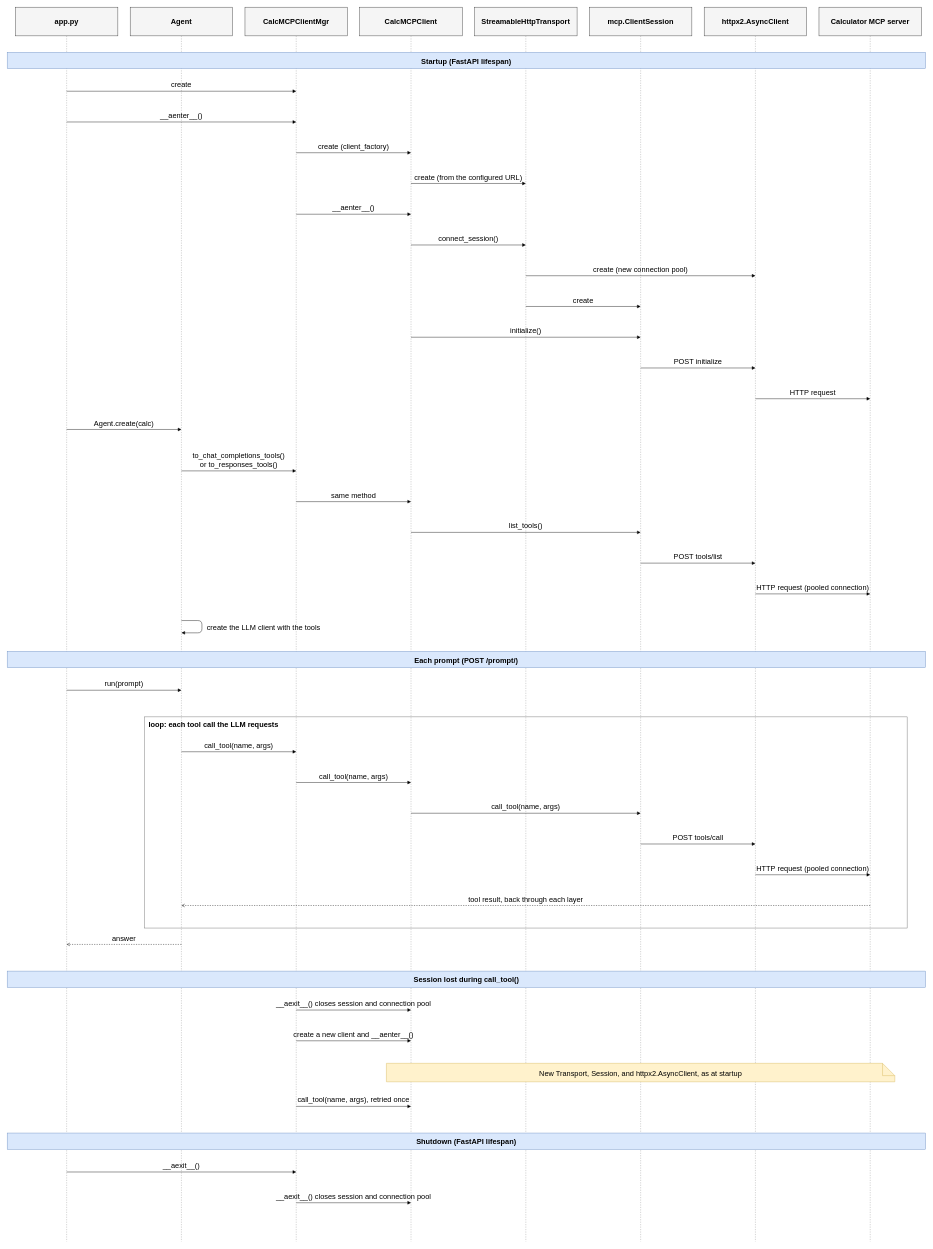
rubensgomes-org/math-ai-agent keeps this draw.io diagram as docs/mcp_sequence.drawio. Above is the earlier version. Source tidied: cells renumbered, new cells numbered last; positions are measured from the earlier drawing's top-left corner, leaving out a move shared by most shapes. Both pictures are drawn from the tidied source at 41%, with x=0, y=0 at pixel (7, 7).
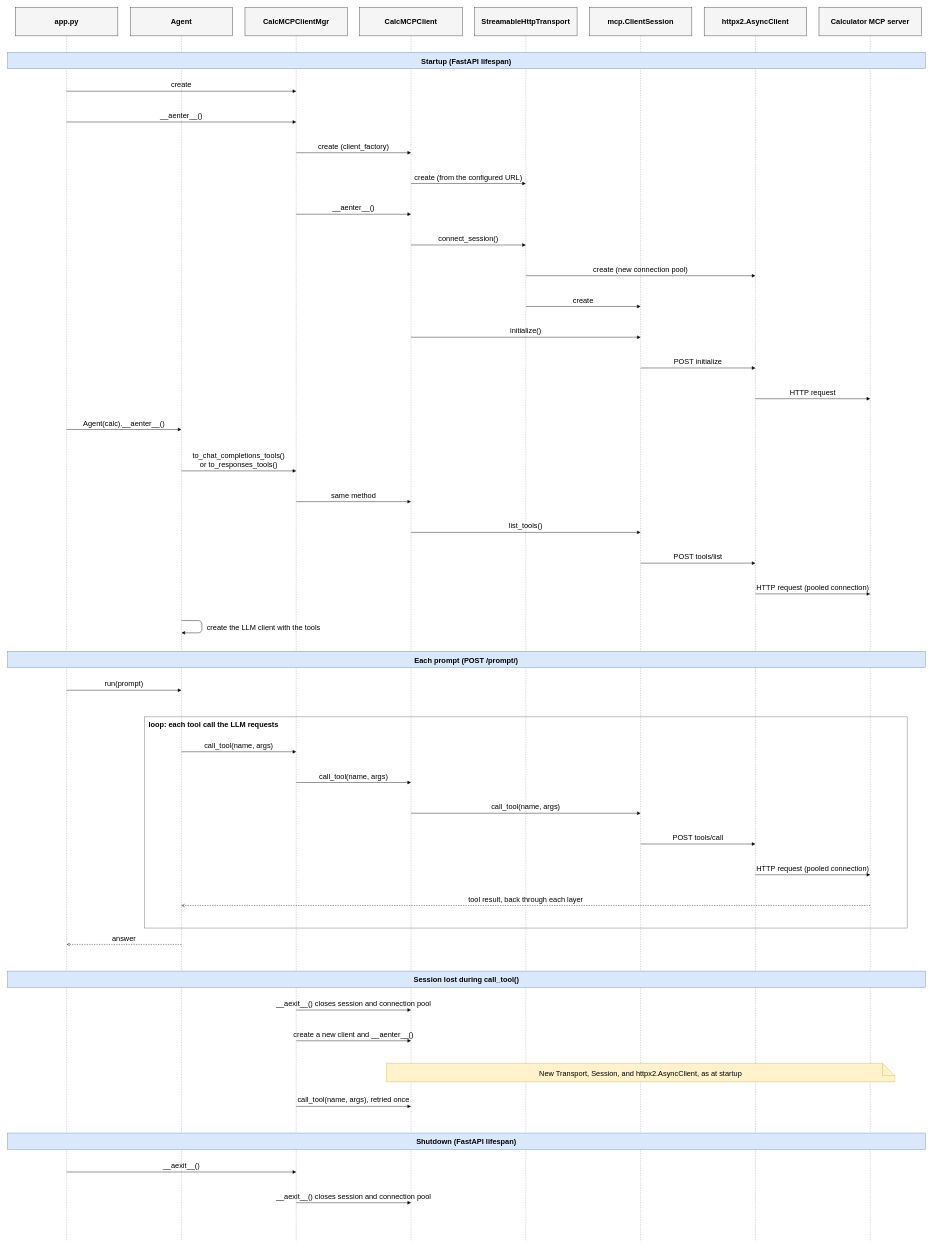
After the change.

The edit, as a diff of the source:
```diff
@@
-    <mxCell id="33" value="Agent.create(calc)" style="text;fontSize=18;align=center;verticalAlign=bottom;" parent="1" vertex="1">
+    <mxCell id="33" value="Agent(calc).__aenter__()" style="text;fontSize=18;align=center;verticalAlign=bottom;" parent="1" vertex="1">
       <mxGeometry x="155" y="1000" width="260" height="26" as="geometry" />
     </mxCell>
```
